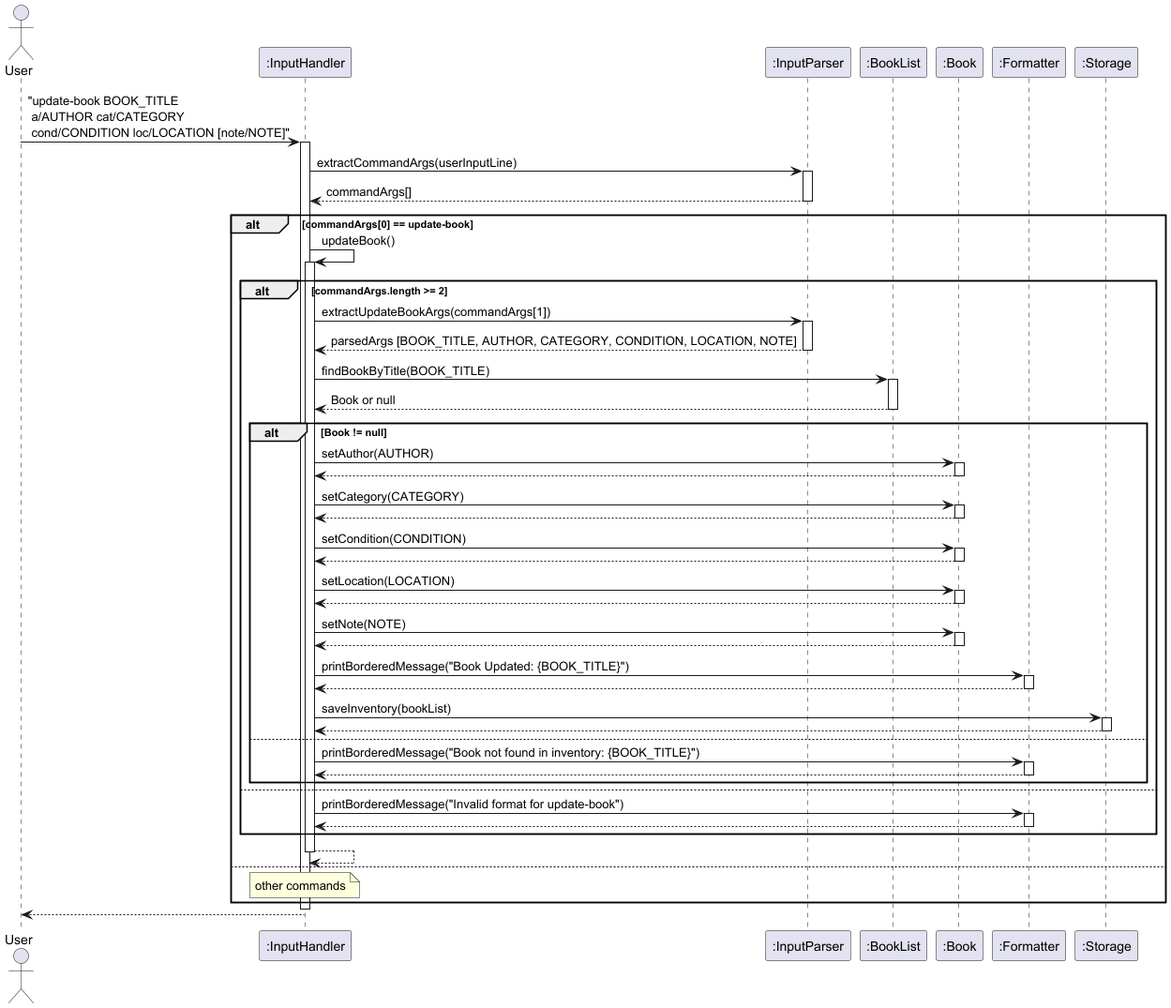
This is docs/images/updateBook.png from AY2425S2-CS2113-T12-2/tp, a PlantUML export, as it was before one commit. The source it was exported from:
```plantuml
@startuml
actor User
participant InputHandler as ":InputHandler"
participant InputParser as ":InputParser"
participant BookList as ":BookList"
participant Book as ":Book"
participant Formatter as ":Formatter"
participant Storage as ":Storage"

User -> InputHandler: "update-book BOOK_TITLE \n a/AUTHOR cat/CATEGORY \n cond/CONDITION loc/LOCATION [note/NOTE]"
activate InputHandler

InputHandler -> InputParser: extractCommandArgs(userInputLine)
activate InputParser

InputParser --> InputHandler: commandArgs[]
deactivate InputParser

alt commandArgs[0] == update-book
    InputHandler -> InputHandler : updateBook()
    activate InputHandler

alt commandArgs.length >= 2
    InputHandler -> InputParser: extractUpdateBookArgs(commandArgs[1])
    activate InputParser

    InputParser --> InputHandler: parsedArgs [BOOK_TITLE, AUTHOR, CATEGORY, CONDITION, LOCATION, NOTE]
    deactivate InputParser

    InputHandler -> BookList: findBookByTitle(BOOK_TITLE)
    activate BookList

    BookList --> InputHandler: Book or null
    deactivate BookList

    alt Book != null
        InputHandler -> Book : setAuthor(AUTHOR)
        activate Book
        Book --> InputHandler
        deactivate Book

        InputHandler -> Book : setCategory(CATEGORY)
        activate Book
        Book --> InputHandler
        deactivate Book
        InputHandler -> Book : setCondition(CONDITION)
        activate Book
        Book --> InputHandler
        deactivate Book
        InputHandler -> Book : setLocation(LOCATION)
        activate Book
        Book --> InputHandler
        deactivate Book
        InputHandler -> Book : setNote(NOTE)
        activate Book
        Book --> InputHandler
        deactivate Book


        InputHandler -> Formatter: printBorderedMessage("Book Updated: {BOOK_TITLE}")
        activate Formatter

        Formatter --> InputHandler
        deactivate Formatter

        InputHandler -> Storage: saveInventory(bookList)
        activate Storage

        Storage --> InputHandler
        deactivate Storage


    else
        InputHandler -> Formatter: printBorderedMessage("Book not found in inventory: {BOOK_TITLE}")
        activate Formatter
        Formatter --> InputHandler
        deactivate Formatter
    end

    else
        InputHandler -> Formatter: printBorderedMessage("Invalid format for update-book")
        activate Formatter
        Formatter --> InputHandler
        deactivate Formatter
    end

InputHandler --> InputHandler
deactivate InputHandler

else
    note over InputHandler : other commands
end

deactivate InputHandler
InputHandler --> User
@enduml
```
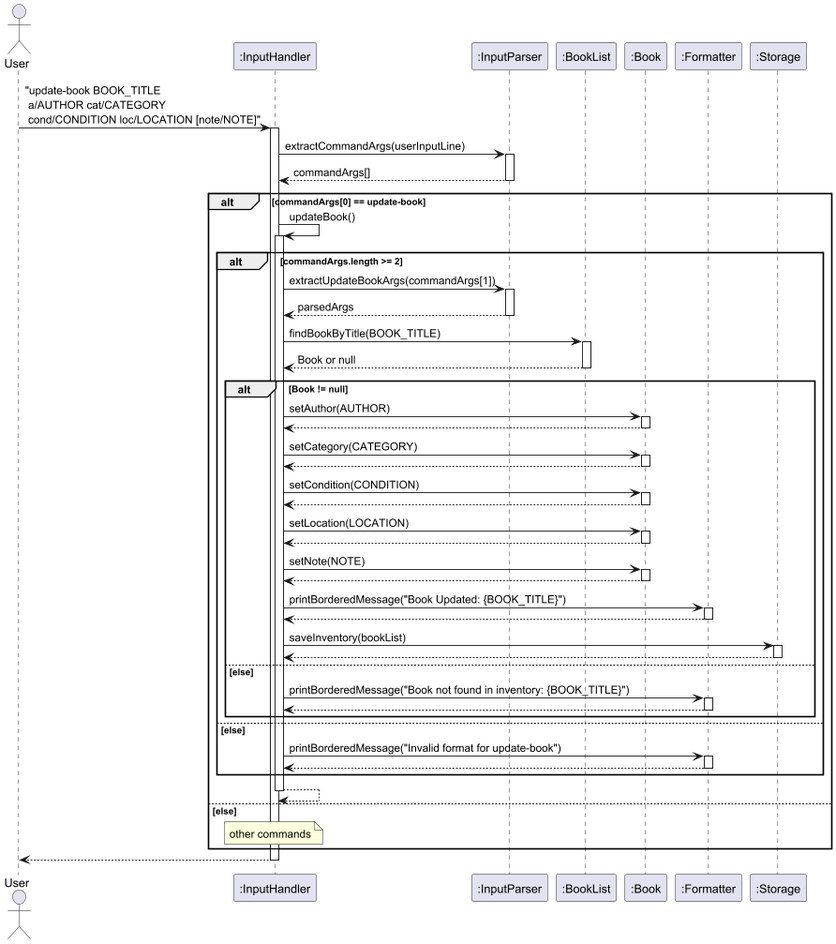
Later version of the same file.

Commit message:
overwrite pngs

What changed in the source:
```diff
@@ -24,7 +24,7 @@
     InputHandler -> InputParser: extractUpdateBookArgs(commandArgs[1])
     activate InputParser
 
-    InputParser --> InputHandler: parsedArgs [BOOK_TITLE, AUTHOR, CATEGORY, CONDITION, LOCATION, NOTE]
+    InputParser --> InputHandler: parsedArgs
     deactivate InputParser
 
     InputHandler -> BookList: findBookByTitle(BOOK_TITLE)
@@ -70,14 +70,14 @@
         deactivate Storage
 
 
-    else
+    else else
         InputHandler -> Formatter: printBorderedMessage("Book not found in inventory: {BOOK_TITLE}")
         activate Formatter
         Formatter --> InputHandler
         deactivate Formatter
     end
 
-    else
+    else else
         InputHandler -> Formatter: printBorderedMessage("Invalid format for update-book")
         activate Formatter
         Formatter --> InputHandler
@@ -87,10 +87,10 @@
 InputHandler --> InputHandler
 deactivate InputHandler
 
-else
+else else
     note over InputHandler : other commands
 end
 
+InputHandler --> User
 deactivate InputHandler
-InputHandler --> User
 @enduml
```
